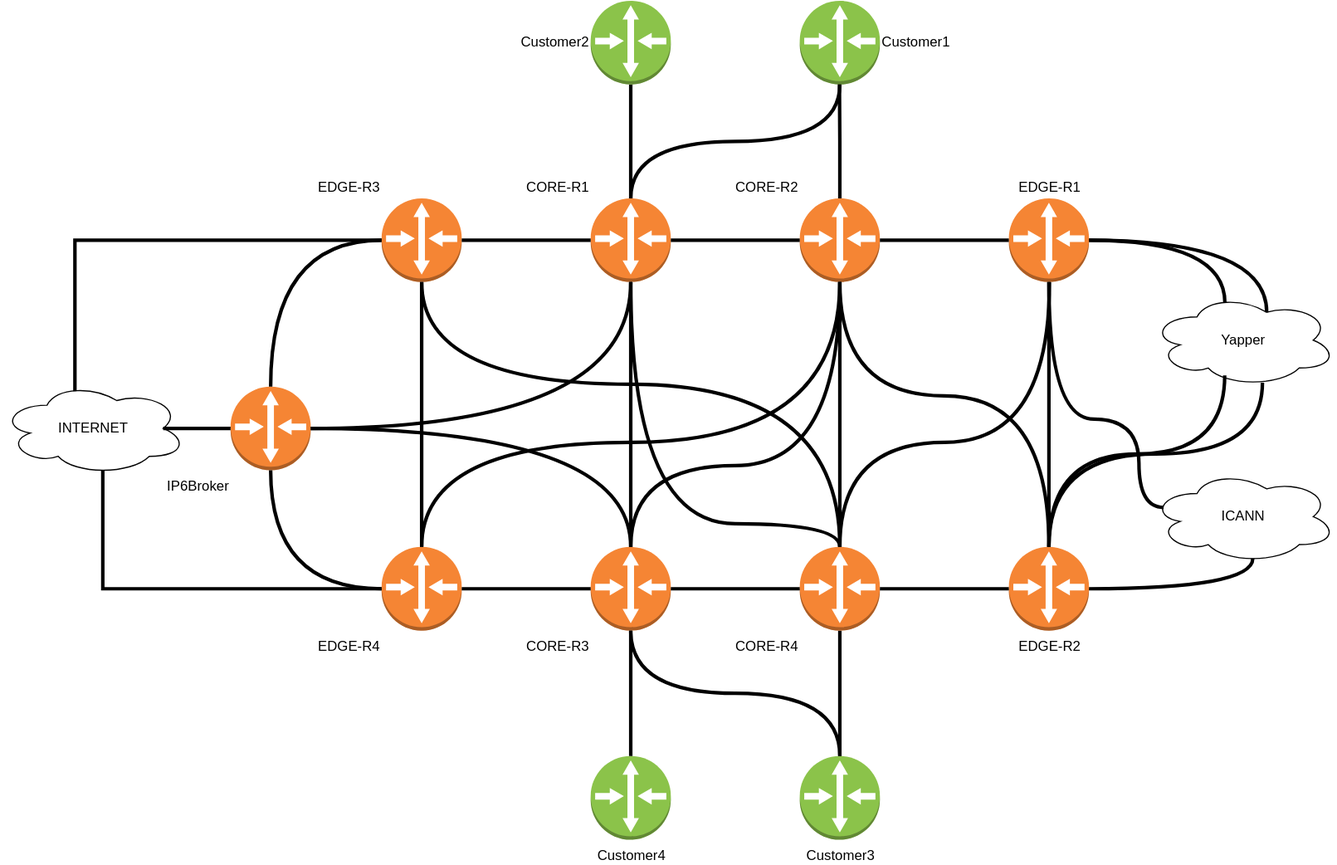
This is tests/magentus/MAGENTUS_TESTING.drawio.svg from NovySoft/gns3tester, a draw.io export, as it was before one commit. Source tidied: cells renumbered, new cells last; positions are measured from the earlier drawing's top-left corner, leaving out a move shared by most shapes.
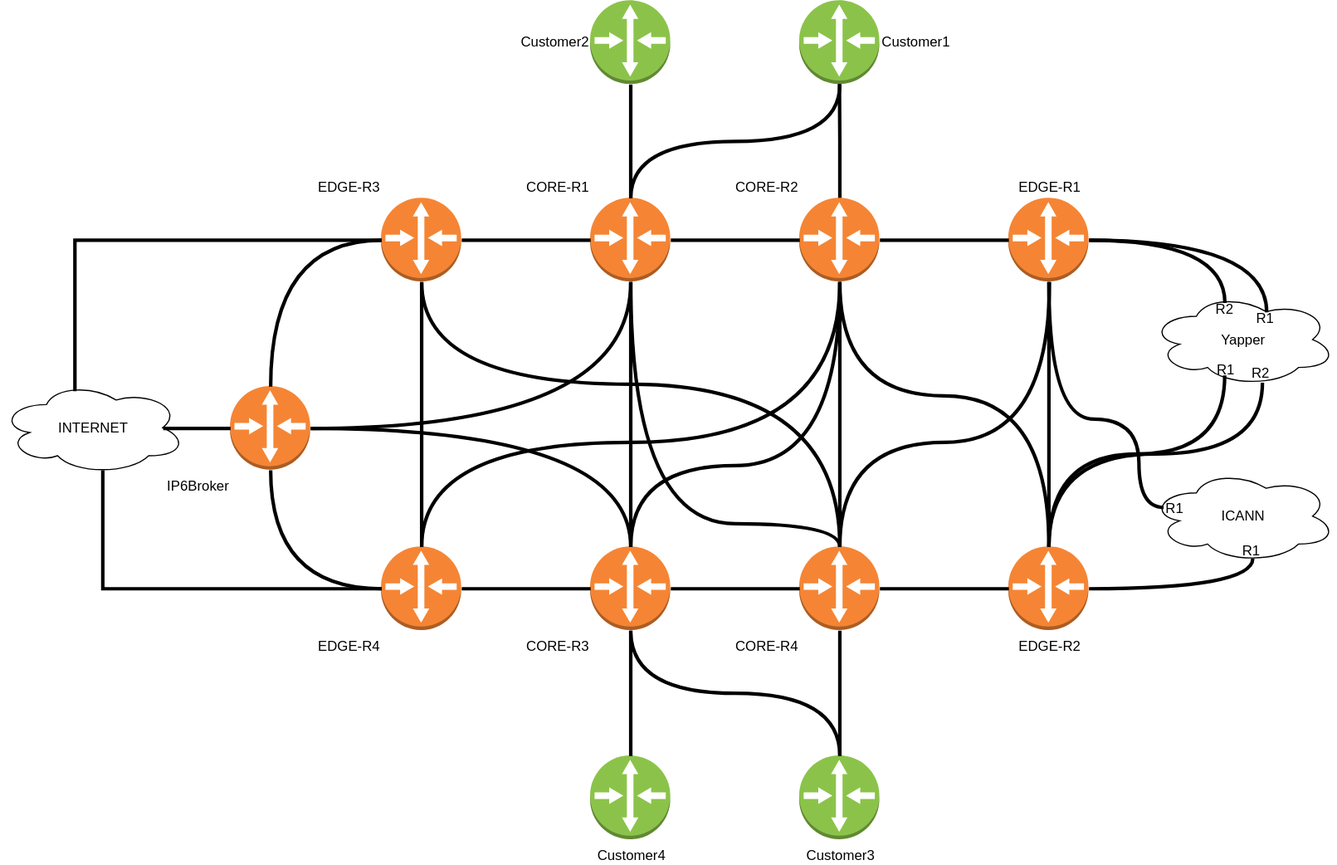
Later version of the same file.

Change to the diagram source:
```diff
@@ -209,5 +209,23 @@
         </Array>
       </mxGeometry>
     </mxCell>
+    <mxCell id="53" value="R1" style="text;html=1;whiteSpace=wrap;strokeColor=none;fillColor=none;align=center;verticalAlign=middle;rounded=0;" parent="1" vertex="1">
+      <mxGeometry x="1045" y="313" width="20" height="10" as="geometry" />
+    </mxCell>
+    <mxCell id="54" value="R2" style="text;html=1;whiteSpace=wrap;strokeColor=none;fillColor=none;align=center;verticalAlign=middle;rounded=0;" parent="1" vertex="1">
+      <mxGeometry x="1075" y="316" width="20" height="10" as="geometry" />
+    </mxCell>
+    <mxCell id="55" value="R2" style="text;html=1;whiteSpace=wrap;strokeColor=none;fillColor=none;align=center;verticalAlign=middle;rounded=0;" parent="1" vertex="1">
+      <mxGeometry x="1044" y="261" width="20" height="10" as="geometry" />
+    </mxCell>
+    <mxCell id="56" value="R1" style="text;html=1;whiteSpace=wrap;strokeColor=none;fillColor=none;align=center;verticalAlign=middle;rounded=0;" parent="1" vertex="1">
+      <mxGeometry x="1079" y="269" width="20" height="10" as="geometry" />
+    </mxCell>
+    <mxCell id="57" value="R1" style="text;html=1;whiteSpace=wrap;strokeColor=none;fillColor=none;align=center;verticalAlign=middle;rounded=0;" parent="1" vertex="1">
+      <mxGeometry x="1001" y="432" width="20" height="10" as="geometry" />
+    </mxCell>
+    <mxCell id="58" value="R1" style="text;html=1;whiteSpace=wrap;strokeColor=none;fillColor=none;align=center;verticalAlign=middle;rounded=0;" parent="1" vertex="1">
+      <mxGeometry x="1067" y="469" width="20" height="10" as="geometry" />
+    </mxCell>
   </root>
 </mxGraphModel>
```
